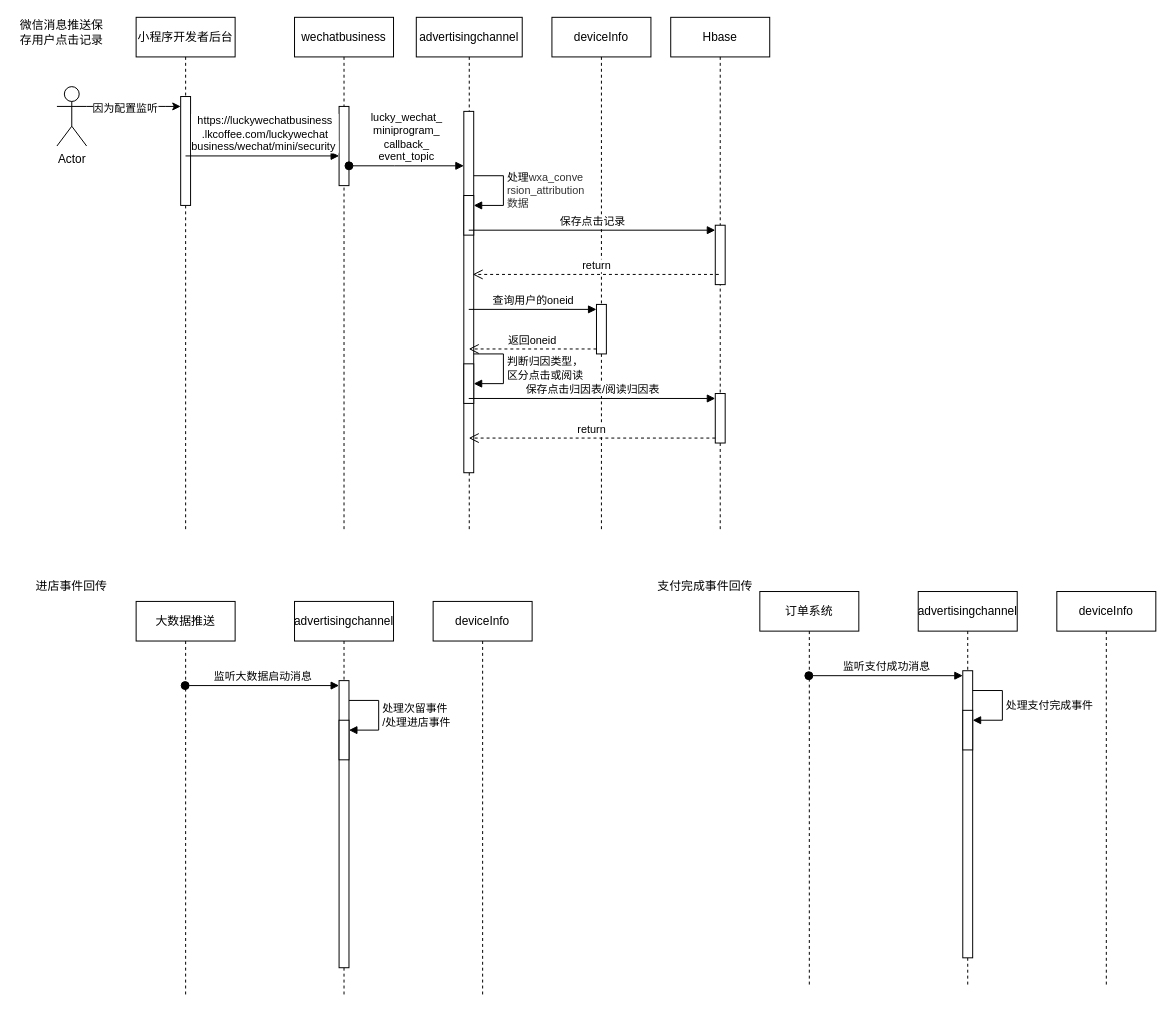
This is page "小红书" (2 of 2) of src/draw/广告系统.drawio from y13513867074/draw, a draw.io file, before an edit. Source tidied: cells renumbered, new cells numbered last; positions are measured from the earlier drawing's top-left corner, leaving out a move shared by most shapes. Both pictures are drawn from the tidied source at 99%, with x=0, y=0 at pixel (17, 17).
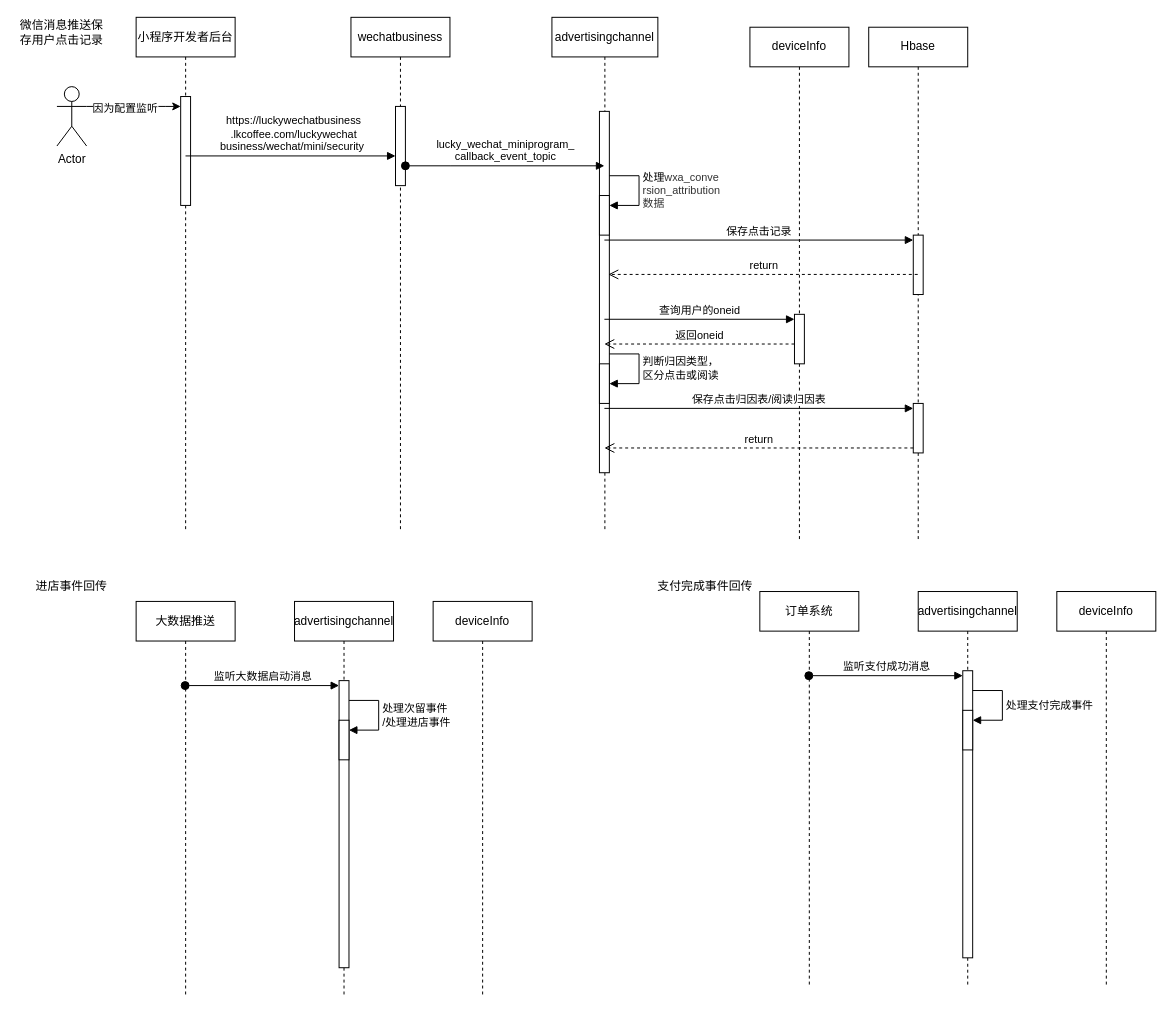
The same diagram, later.

Commit message:
更新广告系统.drawio

Unchanged cells that the change refers to:
```xml
<mxCell id="5" style="html=1;points=[[0,0,0,0,5],[0,1,0,0,-5],[1,0,0,0,5],[1,1,0,0,-5]];perimeter=orthogonalPerimeter;outlineConnect=0;targetShapes=umlLifeline;portConstraint=eastwest;newEdgeStyle={&quot;curved&quot;:0,&quot;rounded&quot;:0};" parent="4" vertex="1">
  <mxGeometry x="45" y="90" width="10" height="80" as="geometry" />
</mxCell>
<mxCell id="16" style="html=1;points=[[0,0,0,0,5],[0,1,0,0,-5],[1,0,0,0,5],[1,1,0,0,-5]];perimeter=orthogonalPerimeter;outlineConnect=0;targetShapes=umlLifeline;portConstraint=eastwest;newEdgeStyle={&quot;curved&quot;:0,&quot;rounded&quot;:0};" parent="15" vertex="1">
  <mxGeometry x="45" y="290" width="10" height="50" as="geometry" />
</mxCell>
```

The edit, as a diff of the source:
```diff
@@
     <mxCell id="4" value="wechatbusiness" style="shape=umlLifeline;perimeter=lifelinePerimeter;whiteSpace=wrap;html=1;newEdgeStyle={&quot;curved&quot;:0,&quot;rounded&quot;:0};" parent="1" vertex="1">
-      <mxGeometry x="280" width="100" height="520" as="geometry" />
+      <mxGeometry x="337" width="100" height="520" as="geometry" />
     </mxCell>
@@
     <mxCell id="6" value="advertisingchannel" style="shape=umlLifeline;perimeter=lifelinePerimeter;whiteSpace=wrap;html=1;outlineConnect=0;portConstraint=eastwest;newEdgeStyle={&quot;curved&quot;:0,&quot;rounded&quot;:0};" parent="1" vertex="1">
-      <mxGeometry x="403" width="107" height="520" as="geometry" />
+      <mxGeometry x="540" width="107" height="520" as="geometry" />
     </mxCell>
@@
     <mxCell id="12" value="Hbase" style="shape=umlLifeline;perimeter=lifelinePerimeter;whiteSpace=wrap;html=1;outlineConnect=0;portConstraint=eastwest;newEdgeStyle={&quot;curved&quot;:0,&quot;rounded&quot;:0};" parent="1" vertex="1">
-      <mxGeometry x="660" width="100" height="520" as="geometry" />
+      <mxGeometry x="860" y="10" width="100" height="520" as="geometry" />
     </mxCell>
@@
     <mxCell id="15" value="deviceInfo" style="shape=umlLifeline;perimeter=lifelinePerimeter;whiteSpace=wrap;html=1;newEdgeStyle={&quot;curved&quot;:0,&quot;rounded&quot;:0};" parent="1" vertex="1">
-      <mxGeometry x="540" width="100" height="520" as="geometry" />
+      <mxGeometry x="740" y="10" width="100" height="520" as="geometry" />
     </mxCell>
@@
-    <mxCell id="20" value="https://luckywechatbusiness&lt;div&gt;.lkcoffee.com/luckywechat&lt;/div&gt;&lt;div&gt;business&lt;span style=&quot;background-color: light-dark(#ffffff, var(--ge-dark-color, #121212)); color: light-dark(rgb(0, 0, 0), rgb(255, 255, 255));&quot;&gt;/wechat/mini/security&amp;nbsp;&lt;/span&gt;&lt;/div&gt;" style="html=1;verticalAlign=bottom;endArrow=block;curved=0;rounded=0;entryX=0;entryY=0;entryDx=0;entryDy=5;" parent="1" edge="1">
+    <mxCell id="20" value="https://luckywechatbusiness&lt;div&gt;.lkcoffee.com/luckywechat&lt;/div&gt;&lt;div&gt;business&lt;span style=&quot;background-color: light-dark(#ffffff, var(--ge-dark-color, #121212)); color: light-dark(rgb(0, 0, 0), rgb(255, 255, 255));&quot;&gt;/wechat/mini/security&amp;nbsp;&lt;/span&gt;&lt;/div&gt;" style="html=1;verticalAlign=bottom;endArrow=block;curved=0;rounded=0;" parent="1" edge="1" target="5">
       <mxGeometry x="0.03" relative="1" as="geometry">
         <mxPoint x="169.9" y="140" as="sourcePoint" />
-        <mxPoint x="325" y="140" as="targetPoint" />
       </mxGeometry>
     </mxCell>
-    <mxCell id="21" value="lucky_wechat_&lt;div&gt;minipro&lt;span style=&quot;background-color: light-dark(#ffffff, var(--ge-dark-color, #121212)); color: light-dark(rgb(0, 0, 0), rgb(255, 255, 255));&quot;&gt;gram_&lt;/span&gt;&lt;/div&gt;&lt;div&gt;&lt;span style=&quot;background-color: light-dark(#ffffff, var(--ge-dark-color, #121212)); color: light-dark(rgb(0, 0, 0), rgb(255, 255, 255));&quot;&gt;callback_&lt;/span&gt;&lt;div&gt;event_topic&lt;/div&gt;&lt;/div&gt;" style="html=1;verticalAlign=bottom;startArrow=oval;endArrow=block;startSize=8;curved=0;rounded=0;" parent="1" edge="1">
+    <mxCell id="21" value="lucky_wechat_&lt;span style=&quot;background-color: light-dark(#ffffff, var(--ge-dark-color, #121212)); color: light-dark(rgb(0, 0, 0), rgb(255, 255, 255));&quot;&gt;minipro&lt;/span&gt;&lt;span style=&quot;color: light-dark(rgb(0, 0, 0), rgb(255, 255, 255)); background-color: light-dark(#ffffff, var(--ge-dark-color, #121212));&quot;&gt;gram_&lt;/span&gt;&lt;div&gt;&lt;span style=&quot;background-color: light-dark(#ffffff, var(--ge-dark-color, #121212)); color: light-dark(rgb(0, 0, 0), rgb(255, 255, 255));&quot;&gt;callback_&lt;/span&gt;&lt;span style=&quot;background-color: light-dark(#ffffff, var(--ge-dark-color, #121212)); color: light-dark(rgb(0, 0, 0), rgb(255, 255, 255));&quot;&gt;event_topic&lt;/span&gt;&lt;/div&gt;" style="html=1;verticalAlign=bottom;startArrow=oval;endArrow=block;startSize=8;curved=0;rounded=0;" parent="1" edge="1" target="6">
       <mxGeometry relative="1" as="geometry">
-        <mxPoint x="335" y="150" as="sourcePoint" />
-        <mxPoint x="451" y="150" as="targetPoint" />
+        <mxPoint x="392" y="150" as="sourcePoint" />
         <Array as="points">
-          <mxPoint x="381" y="150" />
+          <mxPoint x="438" y="150" />
         </Array>
       </mxGeometry>
     </mxCell>
@@
-    <mxCell id="23" value="return" style="html=1;verticalAlign=bottom;endArrow=open;dashed=1;endSize=8;curved=0;rounded=0;exitX=0;exitY=1;exitDx=0;exitDy=-5;" parent="1" edge="1">
+    <mxCell id="23" value="return" style="html=1;verticalAlign=bottom;endArrow=open;dashed=1;endSize=8;curved=0;rounded=0;" parent="1" edge="1" source="12">
       <mxGeometry relative="1" as="geometry">
-        <mxPoint x="708.6" y="259.7" as="sourcePoint" />
-        <mxPoint x="460" y="259.7" as="targetPoint" />
+        <mxPoint x="597" y="259.7" as="targetPoint" />
       </mxGeometry>
     </mxCell>
-    <mxCell id="24" value="返回oneid" style="html=1;verticalAlign=bottom;endArrow=open;dashed=1;endSize=8;curved=0;rounded=0;exitX=0;exitY=1;exitDx=0;exitDy=-5;" parent="1" edge="1" source="16" target="6">
-      <mxGeometry relative="1" as="geometry" />
+    <mxCell id="24" value="返回oneid" style="html=1;verticalAlign=bottom;endArrow=open;dashed=1;endSize=8;curved=0;rounded=0;exitX=0;exitY=1;exitDx=0;exitDy=-5;" parent="1" edge="1">
+      <mxGeometry relative="1" as="geometry">
+        <mxPoint x="785" y="330" as="sourcePoint" />
+        <mxPoint x="592.9" y="330" as="targetPoint" />
+      </mxGeometry>
     </mxCell>
```
